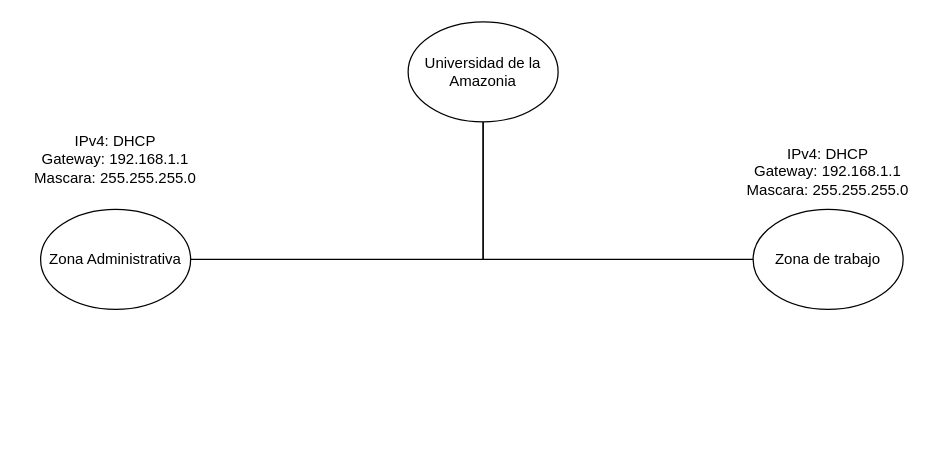
Above: Diagrama2.drawio in gaom13/prueba (draw.io), before the change. Source tidied: cells renumbered, new cells numbered last; positions are measured from the earlier drawing's top-left corner, leaving out a move shared by most shapes. Both pictures are drawn from the tidied source at 125%, with x=0, y=0 at pixel (21, 21).
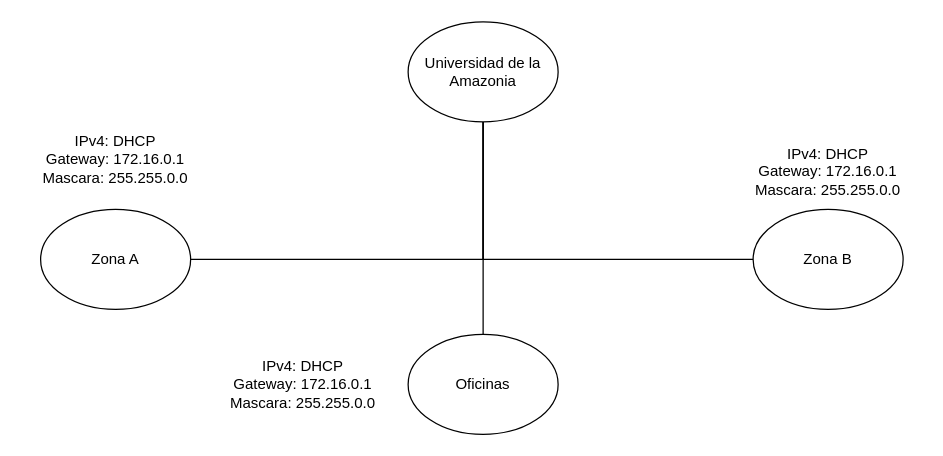
After the change.

What changed in the source:
```diff
@@
 <mxGraphModel>
   <root>
     <mxCell id="0" />
     <mxCell id="1" parent="0" />
     <mxCell id="2" value="Universidad de la Amazonia" style="ellipse;whiteSpace=wrap;html=1;" parent="1" vertex="1">
       <mxGeometry x="309" width="120" height="80" as="geometry" />
     </mxCell>
     <mxCell id="3" style="edgeStyle=orthogonalEdgeStyle;rounded=0;jettySize=auto;html=1;entryX=0.5;entryY=1;entryDx=0;entryDy=0;endArrow=none;endFill=0;" parent="1" edge="1" source="4" target="2">
       <mxGeometry relative="1" as="geometry" />
     </mxCell>
-    <mxCell id="4" value="Zona Administrativa" style="ellipse;whiteSpace=wrap;html=1;" parent="1" vertex="1">
+    <mxCell id="4" value="Zona A" style="ellipse;whiteSpace=wrap;html=1;" parent="1" vertex="1">
       <mxGeometry x="15" y="150" width="120" height="80" as="geometry" />
     </mxCell>
     <mxCell id="5" style="edgeStyle=orthogonalEdgeStyle;rounded=0;jettySize=auto;html=1;entryX=0.5;entryY=1;entryDx=0;entryDy=0;endArrow=none;endFill=0;" parent="1" edge="1" source="6" target="2">
       <mxGeometry relative="1" as="geometry" />
     </mxCell>
-    <mxCell id="6" value="Zona de trabajo" style="ellipse;whiteSpace=wrap;html=1;" parent="1" vertex="1">
+    <mxCell id="6" value="Zona B" style="ellipse;whiteSpace=wrap;html=1;" parent="1" vertex="1">
       <mxGeometry x="585" y="150" width="120" height="80" as="geometry" />
     </mxCell>
-    <mxCell id="7" value="IPv4: DHCP&lt;br&gt;Gateway: 192.168.1.1&lt;br&gt;Mascara: 255.255.255.0" style="text;html=1;strokeColor=none;fillColor=none;align=center;verticalAlign=middle;whiteSpace=wrap;rounded=0;" parent="1" vertex="1">
+    <mxCell id="7" value="IPv4: DHCP&lt;br&gt;Gateway: 172.16.0.1&lt;br&gt;Mascara: 255.255.0.0" style="text;html=1;strokeColor=none;fillColor=none;align=center;verticalAlign=middle;whiteSpace=wrap;rounded=0;" parent="1" vertex="1">
       <mxGeometry y="100" width="150" height="20" as="geometry" />
     </mxCell>
-    <mxCell id="8" value="IPv4: DHCP&lt;br&gt;Gateway: 192.168.1.1&lt;br&gt;Mascara: 255.255.255.0" style="text;html=1;strokeColor=none;fillColor=none;align=center;verticalAlign=middle;whiteSpace=wrap;rounded=0;" parent="1" vertex="1">
+    <mxCell id="8" value="IPv4: DHCP&lt;br&gt;Gateway: 172.16.0.1&lt;br&gt;Mascara: 255.255.0.0" style="text;html=1;strokeColor=none;fillColor=none;align=center;verticalAlign=middle;whiteSpace=wrap;rounded=0;" parent="1" vertex="1">
       <mxGeometry x="570" y="110" width="150" height="20" as="geometry" />
     </mxCell>
+    <mxCell id="9" style="edgeStyle=orthogonalEdgeStyle;rounded=0;jettySize=auto;html=1;entryX=0.5;entryY=1;entryDx=0;entryDy=0;endArrow=none;endFill=0;" parent="1" edge="1" source="10" target="2">
+      <mxGeometry relative="1" as="geometry" />
+    </mxCell>
+    <mxCell id="10" value="Oficinas" style="ellipse;whiteSpace=wrap;html=1;" parent="1" vertex="1">
+      <mxGeometry x="309" y="250" width="120" height="80" as="geometry" />
+    </mxCell>
+    <mxCell id="11" value="IPv4: DHCP&lt;br&gt;Gateway: 172.16.0.1&lt;br&gt;Mascara: 255.255.0.0" style="text;html=1;strokeColor=none;fillColor=none;align=center;verticalAlign=middle;whiteSpace=wrap;rounded=0;" parent="1" vertex="1">
+      <mxGeometry x="150" y="280" width="150" height="20" as="geometry" />
+    </mxCell>
   </root>
 </mxGraphModel>
```
